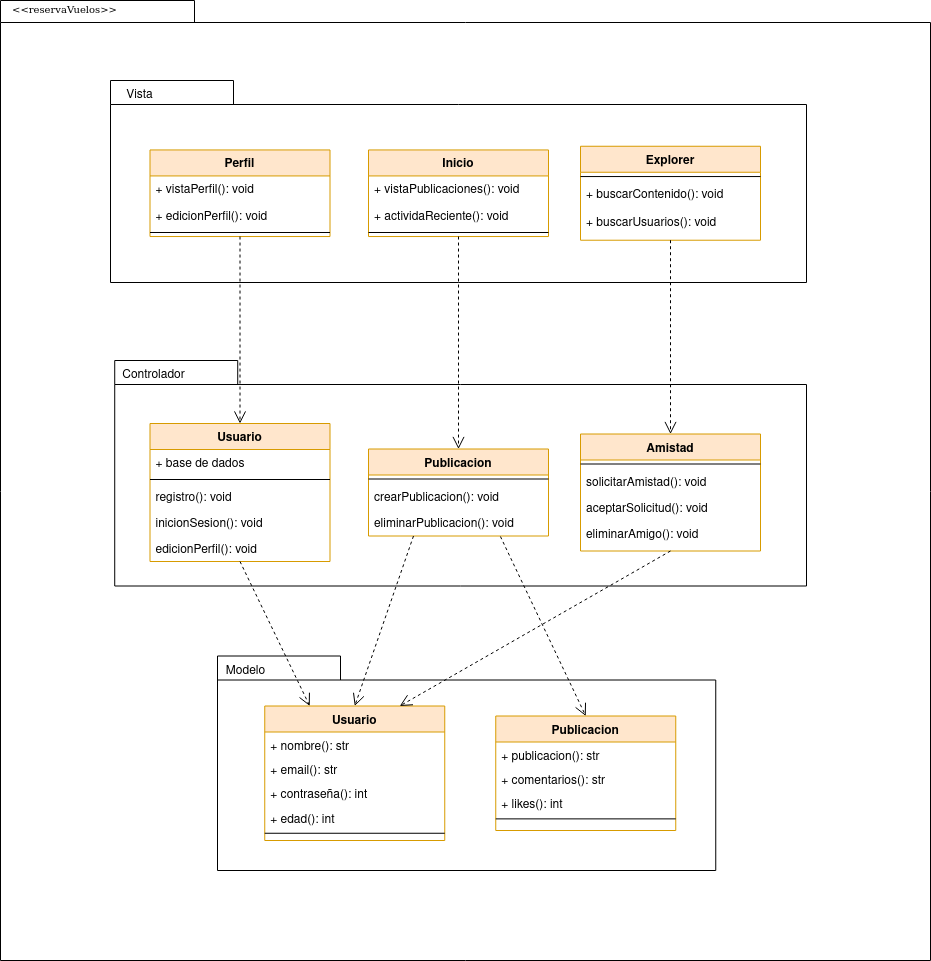
This is diagramas/diagramas/paquete/diagrama_paquete_red_social.png from Chugani05/entorno_de_desarrollo, a draw.io export, as it was before one commit. Source tidied: cells renumbered, new cells last; positions are measured from the earlier drawing's top-left corner, leaving out a move shared by most shapes.
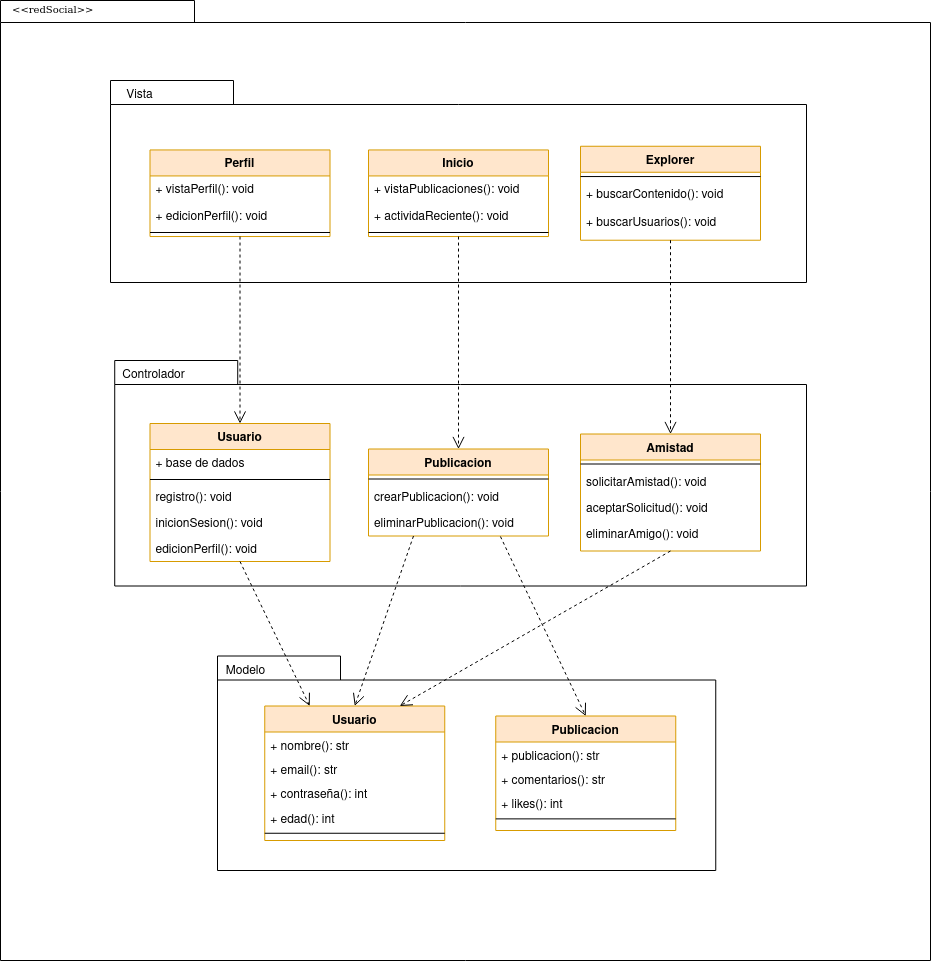
The same diagram one commit later.

What changed in the source:
```diff
@@ -122,7 +122,7 @@
     <mxCell id="41" style="edgeStyle=none;rounded=0;html=1;dashed=1;labelBackgroundColor=none;startFill=0;endArrow=open;endFill=0;endSize=10;fontFamily=Verdana;fontSize=10;entryX=0.5;entryY=0;exitX=0.25;exitY=1;exitDx=0;exitDy=0;entryDx=0;entryDy=0;" parent="1" edge="1" source="37" target="29">
       <mxGeometry relative="1" as="geometry" />
     </mxCell>
-    <mxCell id="42" value="&amp;lt;&amp;lt;reservaVuelos&amp;gt;&amp;gt;" style="text;html=1;align=left;verticalAlign=top;spacingTop=-4;fontSize=10;fontFamily=Verdana;" parent="1" vertex="1">
+    <mxCell id="42" value="&amp;lt;&amp;lt;redSocial&amp;gt;&amp;gt;" style="text;html=1;align=left;verticalAlign=top;spacingTop=-4;fontSize=10;fontFamily=Verdana;" parent="1" vertex="1">
       <mxGeometry x="10" width="130" height="20" as="geometry" />
     </mxCell>
     <mxCell id="43" value="Amistad" style="swimlane;fontStyle=1;align=center;verticalAlign=top;horizontal=1;startSize=26;rounded=0;shadow=0;strokeWidth=1;fillColor=#ffe6cc;strokeColor=#d79b00;" parent="1" vertex="1">
```
